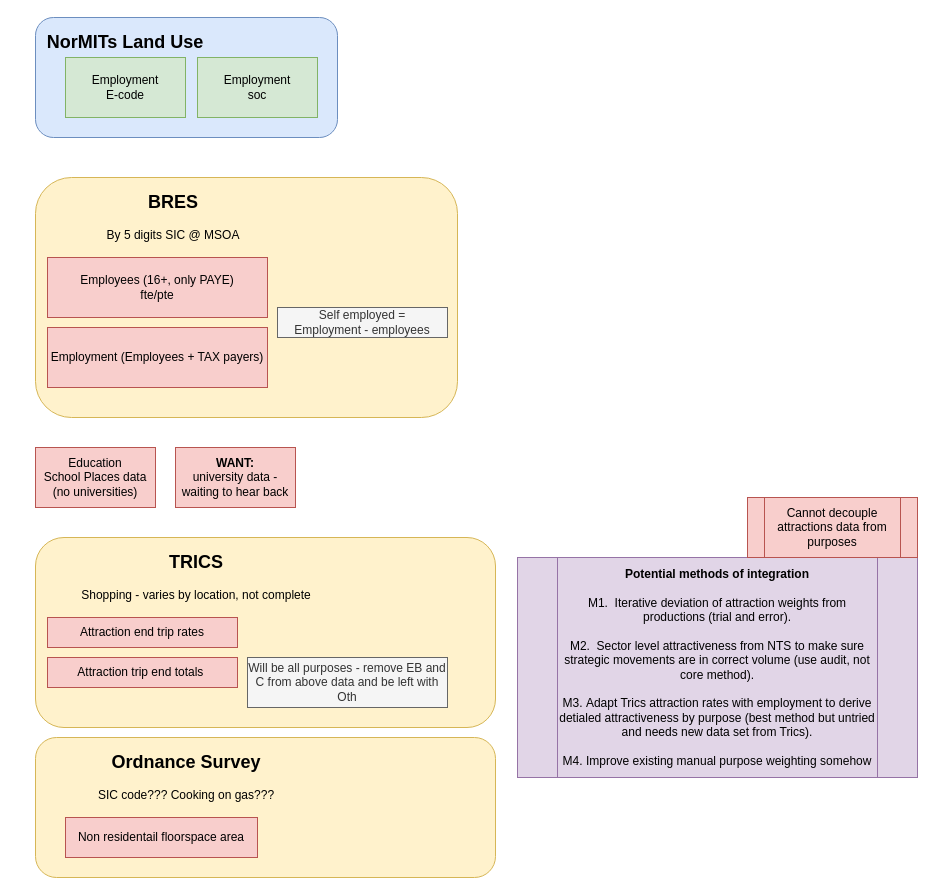
Transport-for-the-North/NorMITs-Demand keeps this draw.io diagram as page "Attraction Model Data" (3 of 3) of docs/op_models/NoTEM/NoTEM Code Structure.drawio. Above is the earlier version. Source tidied: cells renumbered, new cells numbered last; positions are measured from the earlier drawing's top-left corner, leaving out a move shared by most shapes. Both pictures are drawn from the tidied source at 100%, with x=0, y=0 at pixel (17, 17).
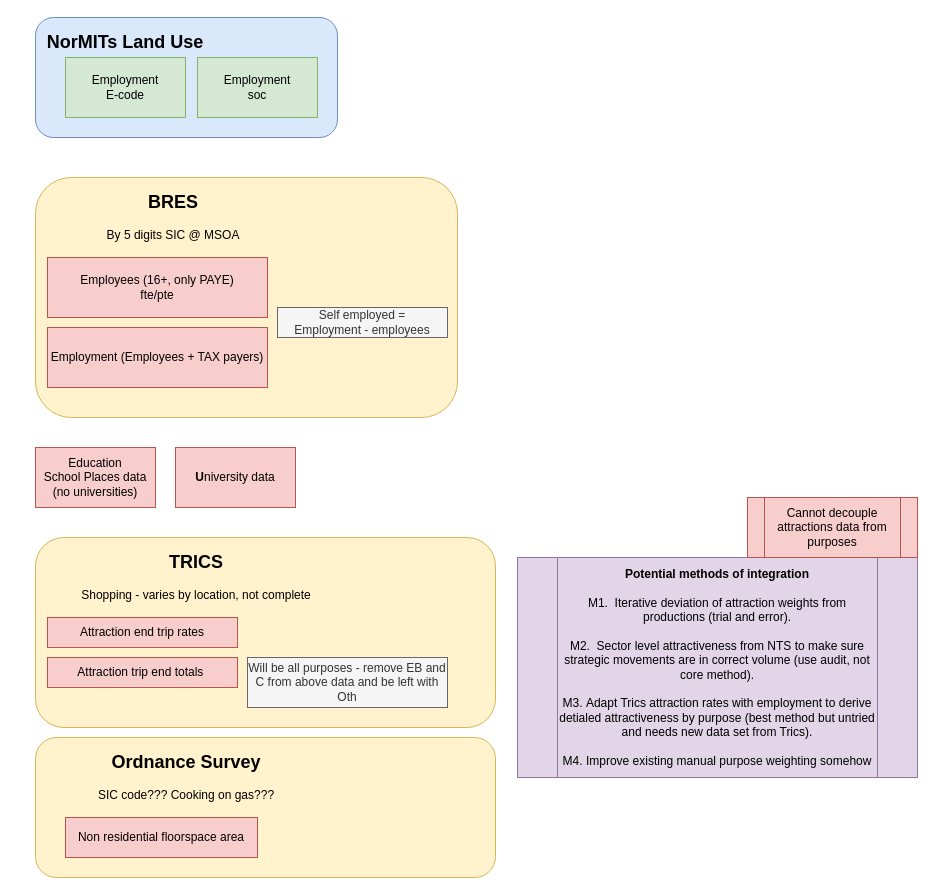
The same page after the edit.

Diff of the diagram source:
```diff
@@
-    <mxCell id="13" value="&lt;b&gt;WANT:&lt;/b&gt;&lt;br&gt;university data - waiting to hear&amp;nbsp;back" style="rounded=0;whiteSpace=wrap;html=1;fillColor=#f8cecc;strokeColor=#b85450;" parent="1" vertex="1">
+    <mxCell id="13" value="&lt;b&gt;U&lt;/b&gt;niversity data" style="rounded=0;whiteSpace=wrap;html=1;fillColor=#f8cecc;strokeColor=#b85450;" parent="1" vertex="1">
       <mxGeometry x="158" y="430" width="120" height="60" as="geometry" />
     </mxCell>
@@
-    <mxCell id="20" value="Non residentail floorspace area" style="rounded=0;whiteSpace=wrap;html=1;fillColor=#f8cecc;strokeColor=#b85450;" parent="1" vertex="1">
+    <mxCell id="20" value="Non residential floorspace area" style="rounded=0;whiteSpace=wrap;html=1;fillColor=#f8cecc;strokeColor=#b85450;" parent="1" vertex="1">
       <mxGeometry x="48" y="800" width="192" height="40" as="geometry" />
     </mxCell>
```
